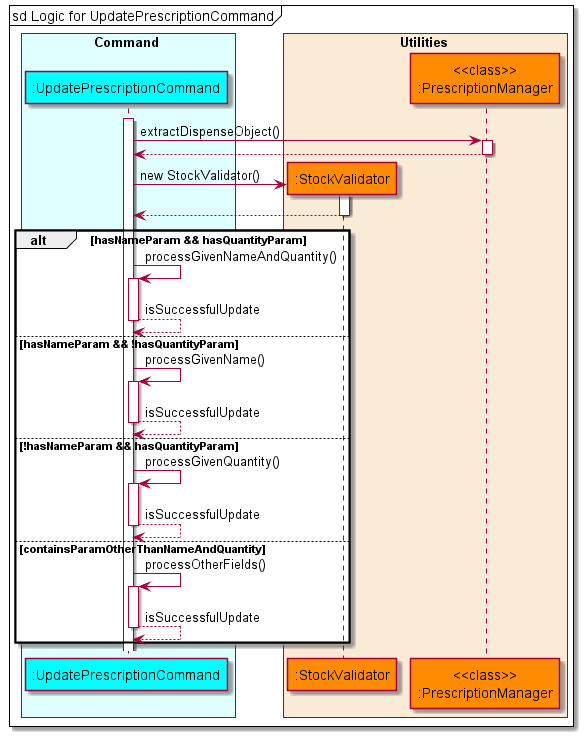
The PlantUML diagram docs/diagrams/diagram_images/UpdatePrescriptionSequenceDiagram.png in nus-cs2113-AY2122S1/tp, before a commit.
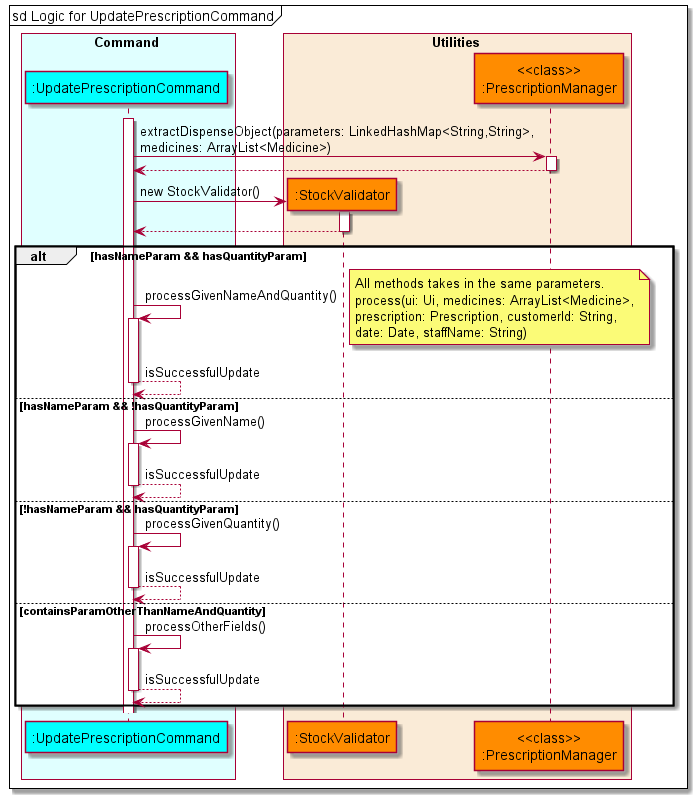
Above is the later version.

Commit message:
Modify all sequence diagrams to match current code

Diff of the diagram source:
```diff
@@ -14,13 +14,19 @@
 autoactivate on
 mainFrame sd Logic for UpdatePrescriptionCommand
 activate updateprescription
-    updateprescription -> prescriptionmanager: extractDispenseObject()
+    updateprescription -> prescriptionmanager: extractDispenseObject(parameters: LinkedHashMap<String,String>,\nmedicines: ArrayList<Medicine>)
     updateprescription <-- prescriptionmanager
     create stockvalidator
     updateprescription -> stockvalidator: new StockValidator()
     updateprescription <-- stockvalidator
     alt hasNameParam && hasQuantityParam
         updateprescription -> updateprescription: processGivenNameAndQuantity()
+        note right
+            All methods takes in the same parameters.
+            process(ui: Ui, medicines: ArrayList<Medicine>,
+            prescription: Prescription, customerId: String,
+            date: Date, staffName: String)
+        end note
         updateprescription --> updateprescription: isSuccessfulUpdate
     else hasNameParam && !hasQuantityParam
         updateprescription -> updateprescription: processGivenName()
```
